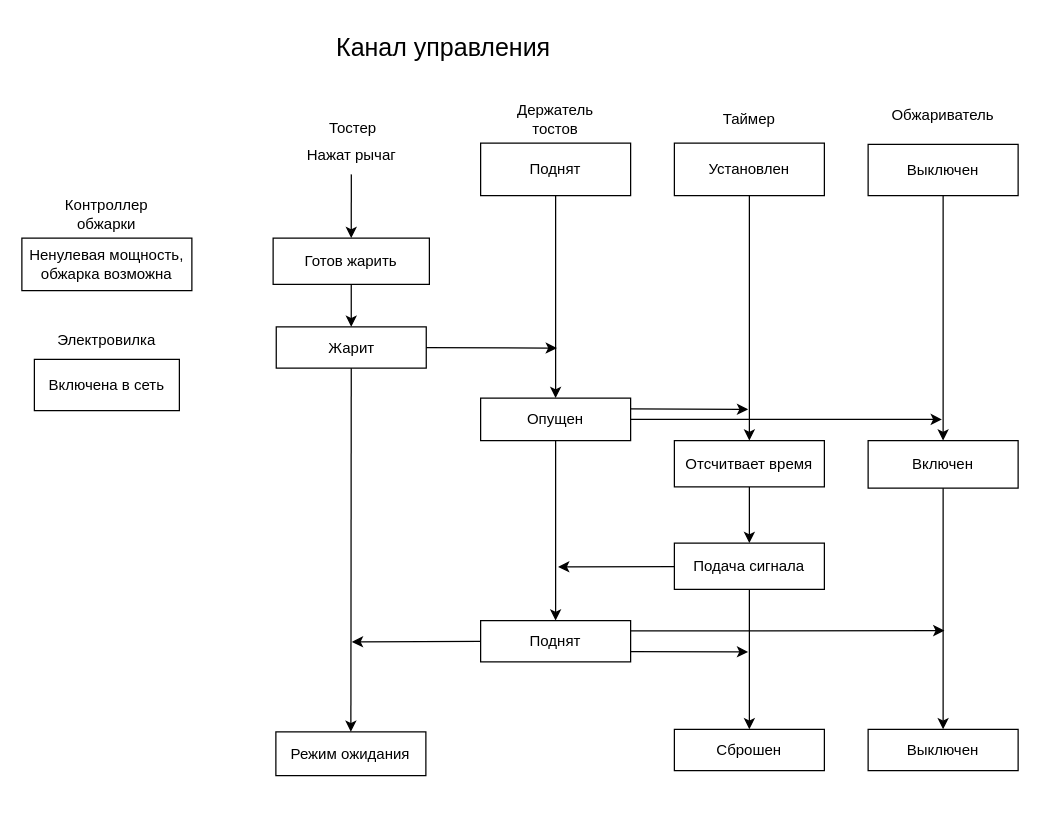
Earlier version of the draw.io diagram page "Каналы управления" (5 of 5) of lab_05/diagram.drawio (Danilado/IU7-OOP). Source tidied: cells renumbered, new cells numbered last; positions are measured from the earlier drawing's top-left corner, leaving out a move shared by most shapes. Both pictures are drawn from the tidied source at 125%, with x=0, y=0 at pixel (21, 21).
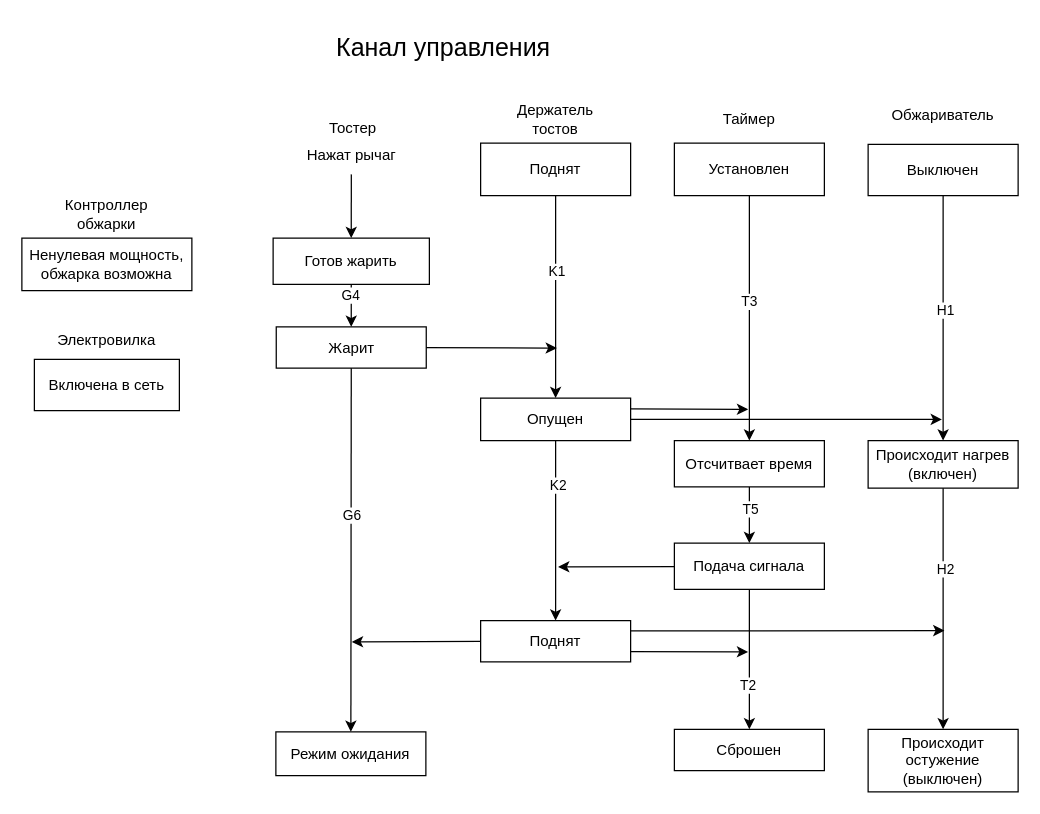
The same page after the edit.

The change refers to these unchanged cells:
```xml
<mxCell id="10" style="endArrow=classic;html=1;curved=1;exitX=0.5;exitY=1;exitDx=0;exitDy=0;entryX=0.5;entryY=0;entryDx=0;entryDy=0;" parent="1" edge="1" source="6" target="9">
  <mxGeometry relative="1" as="geometry" />
</mxCell>
<mxCell id="12" style="endArrow=classic;html=1;curved=1;exitX=0.5;exitY=1;exitDx=0;exitDy=0;entryX=0.5;entryY=0;entryDx=0;entryDy=0;" parent="1" edge="1" source="9" target="11">
  <mxGeometry relative="1" as="geometry" />
</mxCell>
<mxCell id="19" style="endArrow=classic;html=1;curved=1;" parent="1" edge="1" source="15" target="17">
  <mxGeometry relative="1" as="geometry" />
</mxCell>
<mxCell id="26" style="endArrow=classic;html=1;curved=1;" parent="1" edge="1" source="22" target="24">
  <mxGeometry relative="1" as="geometry" />
</mxCell>
<mxCell id="27" style="endArrow=classic;html=1;curved=1;" parent="1" edge="1" source="23" target="25">
  <mxGeometry relative="1" as="geometry" />
</mxCell>
<mxCell id="31" style="endArrow=classic;html=1;curved=1;" parent="1" edge="1" source="24" target="30">
  <mxGeometry relative="1" as="geometry" />
</mxCell>
<mxCell id="33" style="endArrow=classic;html=1;curved=1;" parent="1" edge="1" source="30" target="32">
  <mxGeometry relative="1" as="geometry" />
</mxCell>
<mxCell id="35" style="endArrow=classic;html=1;curved=1;" parent="1" edge="1" source="25" target="34">
  <mxGeometry relative="1" as="geometry" />
</mxCell>
<mxCell id="37" style="endArrow=classic;html=1;curved=1;" parent="1" edge="1" source="17" target="36">
  <mxGeometry relative="1" as="geometry" />
</mxCell>
```

Change to the diagram source:
```diff
@@
+    <mxCell id="42" value="G4" style="edgeLabel;html=1;align=center;verticalAlign=middle;" parent="10" vertex="1">
+      <mxGeometry x="-0.51" y="-1" relative="1" as="geometry" />
+    </mxCell>
@@
+    <mxCell id="43" value="G6" style="edgeLabel;html=1;align=center;verticalAlign=middle;" parent="12" vertex="1">
+      <mxGeometry x="-0.19" relative="1" as="geometry" />
+    </mxCell>
@@
+    <mxCell id="44" value="K1" style="edgeLabel;html=1;align=center;verticalAlign=middle;" parent="19" vertex="1">
+      <mxGeometry x="-0.26" relative="1" as="geometry" />
+    </mxCell>
@@
-    <mxCell id="25" value="Включен" style="rounded=0;whiteSpace=wrap;html=1;" parent="1" vertex="1">
+    <mxCell id="25" value="Происходит нагрев (включен)" style="rounded=0;whiteSpace=wrap;html=1;" parent="1" vertex="1">
       <mxGeometry x="677" y="335" width="120" height="38" as="geometry" />
     </mxCell>
@@
+    <mxCell id="45" value="T3" style="edgeLabel;html=1;align=center;verticalAlign=middle;" parent="26" vertex="1">
+      <mxGeometry x="-0.14" y="-1" relative="1" as="geometry" />
+    </mxCell>
@@
+    <mxCell id="46" value="H1" style="edgeLabel;html=1;align=center;verticalAlign=middle;" parent="27" vertex="1">
+      <mxGeometry x="-0.07" y="1" relative="1" as="geometry" />
+    </mxCell>
@@
+    <mxCell id="47" value="T5" style="edgeLabel;html=1;align=center;verticalAlign=middle;" parent="31" vertex="1">
+      <mxGeometry x="-0.25" relative="1" as="geometry" />
+    </mxCell>
@@
+    <mxCell id="48" value="T2" style="edgeLabel;html=1;align=center;verticalAlign=middle;" parent="33" vertex="1">
+      <mxGeometry x="0.35" y="-2" relative="1" as="geometry" />
+    </mxCell>
-    <mxCell id="34" value="Выключен" style="rounded=0;whiteSpace=wrap;html=1;" parent="1" vertex="1">
-      <mxGeometry x="677" y="566" width="120" height="33" as="geometry" />
+    <mxCell id="34" value="Происходит остужение (выключен)" style="rounded=0;whiteSpace=wrap;html=1;" parent="1" vertex="1">
+      <mxGeometry x="677" y="566" width="120" height="50" as="geometry" />
     </mxCell>
@@
+    <mxCell id="49" value="H2" style="edgeLabel;html=1;align=center;verticalAlign=middle;" parent="35" vertex="1">
+      <mxGeometry x="-0.34" y="1" relative="1" as="geometry" />
+    </mxCell>
@@
+    <mxCell id="50" value="K2" style="edgeLabel;html=1;align=center;verticalAlign=middle;" parent="37" vertex="1">
+      <mxGeometry x="-0.52" y="1" relative="1" as="geometry" />
+    </mxCell>
```
